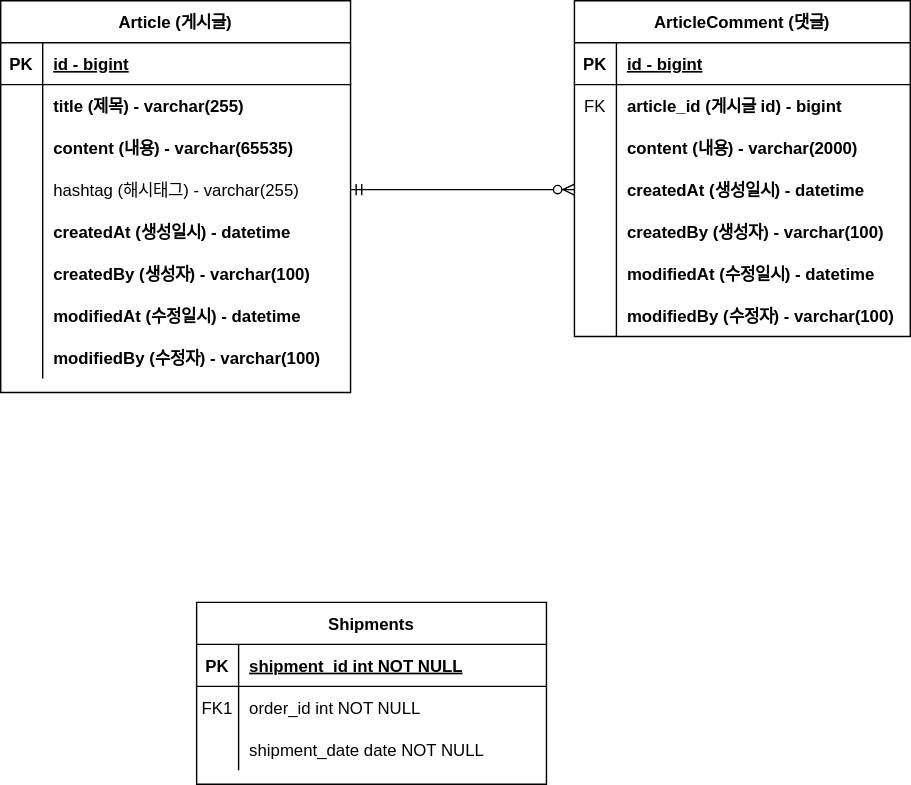
Above: document/project-board-erd.svg in JongRE2/project-board (draw.io), before the change. Source tidied: cells renumbered, new cells last; positions are measured from the earlier drawing's top-left corner, leaving out a move shared by most shapes.
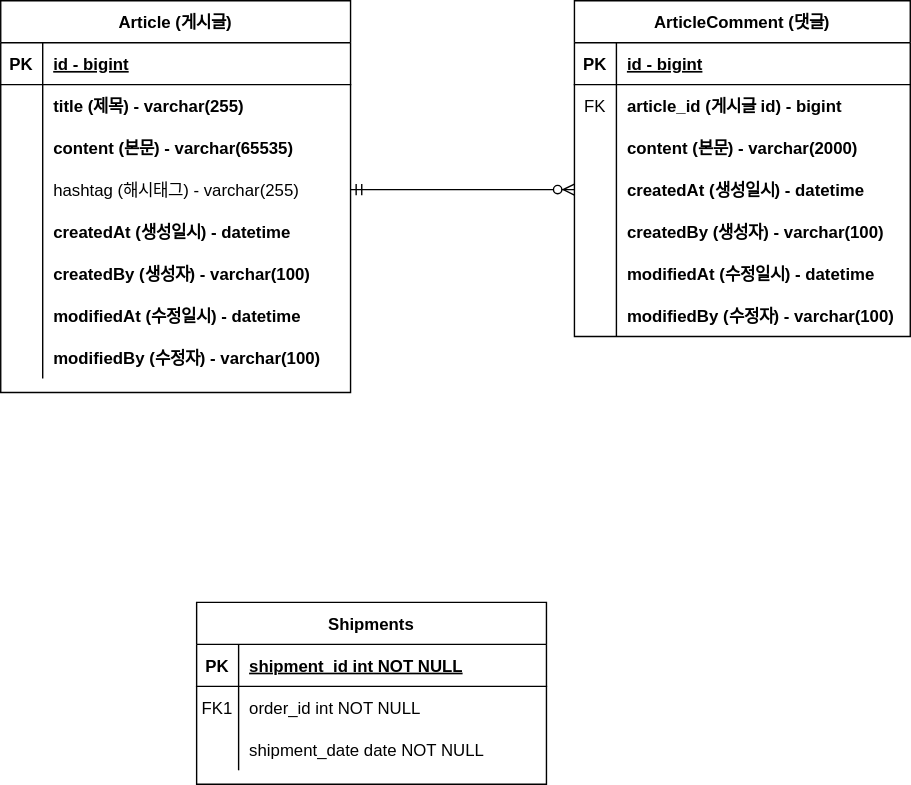
After the commit.

Commit message:
#8 - ERD 주석 업데이트: project-board-erd.svg

What changed in the source:
```diff
@@ -29,7 +29,7 @@
     <mxCell id="10" style="shape=partialRectangle;overflow=hidden;fillColor=none;top=0;left=0;bottom=0;right=0;" parent="9" vertex="1">
       <mxGeometry width="30" height="30" as="geometry" />
     </mxCell>
-    <mxCell id="11" value="content (내용) - varchar(2000)" style="shape=partialRectangle;overflow=hidden;fillColor=none;top=0;left=0;bottom=0;right=0;align=left;spacingLeft=6;fontStyle=1;" parent="9" vertex="1">
+    <mxCell id="11" value="content (본문) - varchar(2000)" style="shape=partialRectangle;overflow=hidden;fillColor=none;top=0;left=0;bottom=0;right=0;align=left;spacingLeft=6;fontStyle=1;" parent="9" vertex="1">
       <mxGeometry x="30" width="210" height="30" as="geometry" />
     </mxCell>
     <mxCell id="12" style="shape=partialRectangle;fillColor=none;points=[[0,0.5],[1,0.5]];portConstraint=eastwest;top=0;left=0;right=0;bottom=0;" parent="2" vertex="1">
@@ -125,7 +125,7 @@
     <mxCell id="42" style="shape=partialRectangle;overflow=hidden;fillColor=none;top=0;left=0;bottom=0;right=0;" parent="41" vertex="1">
       <mxGeometry width="30" height="30" as="geometry" />
     </mxCell>
-    <mxCell id="43" value="content (내용) - varchar(65535)" style="shape=partialRectangle;overflow=hidden;fillColor=none;top=0;left=0;bottom=0;right=0;align=left;spacingLeft=6;fontStyle=1;" parent="41" vertex="1">
+    <mxCell id="43" value="content (본문) - varchar(65535)" style="shape=partialRectangle;overflow=hidden;fillColor=none;top=0;left=0;bottom=0;right=0;align=left;spacingLeft=6;fontStyle=1;" parent="41" vertex="1">
       <mxGeometry x="30" width="220" height="30" as="geometry" />
     </mxCell>
     <mxCell id="44" style="shape=partialRectangle;fillColor=none;points=[[0,0.5],[1,0.5]];portConstraint=eastwest;top=0;left=0;right=0;bottom=0;" parent="34" vertex="1">
```
